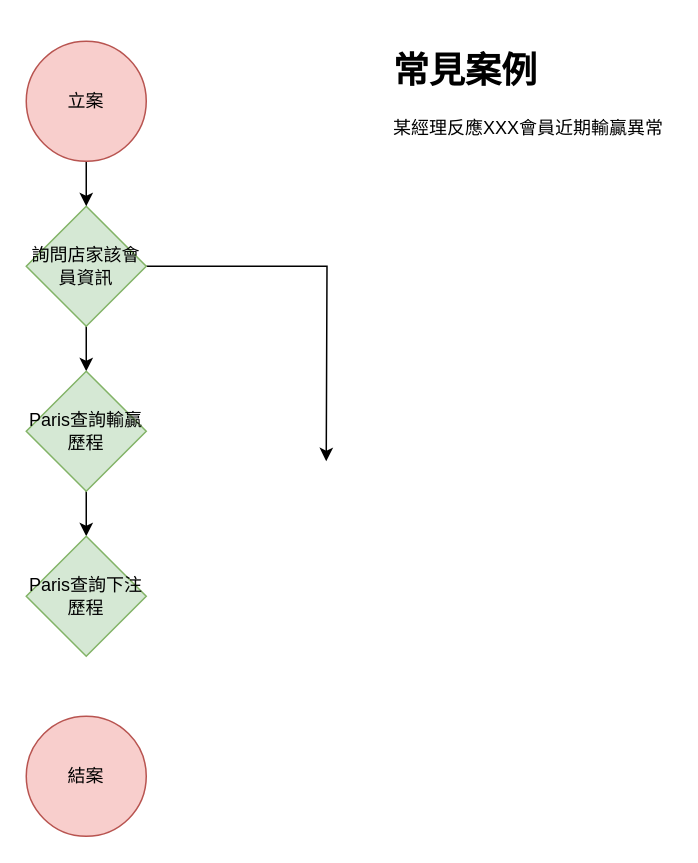
Before: CT Work Flow.drawio in pingle1202/GamaWorkFlow, a draw.io diagram. Source tidied: cells renumbered, new cells numbered last; positions are measured from the earlier drawing's top-left corner, leaving out a move shared by most shapes. Both pictures are drawn from the tidied source at 150%, with x=0, y=0 at pixel (26, 40).
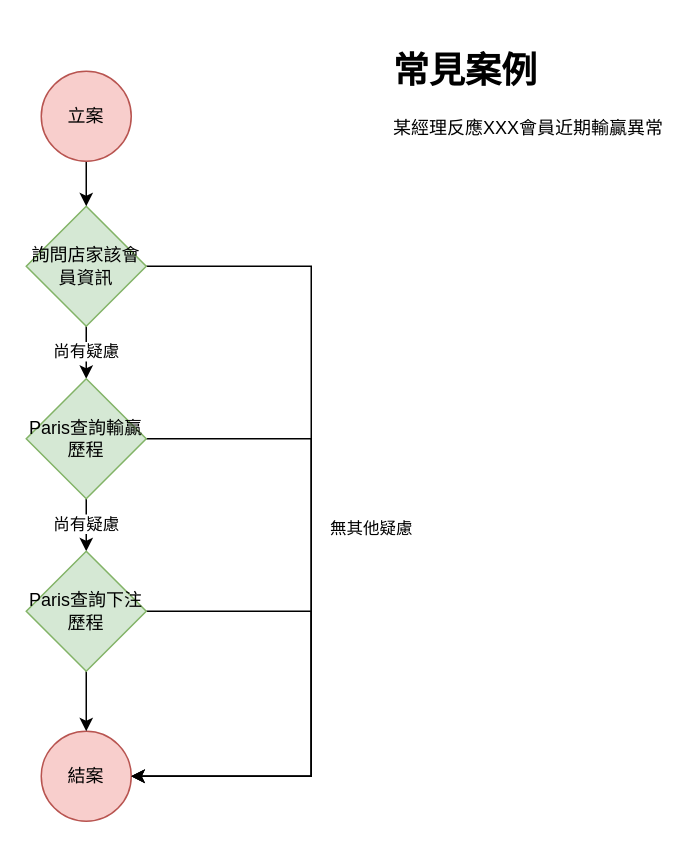
The same diagram, later.

Diff of the diagram source:
```diff
@@
 <mxGraphModel>
   <root>
     <mxCell id="0" />
     <mxCell id="1" parent="0" />
-    <mxCell id="2" style="edgeStyle=orthogonalEdgeStyle;rounded=0;jettySize=auto;html=1;" parent="1" edge="1" source="4">
-      <mxGeometry relative="1" as="geometry">
-        <mxPoint x="200" y="280" as="targetPoint" />
+    <mxCell id="2" value="無其他疑慮" style="edgeStyle=orthogonalEdgeStyle;rounded=0;jettySize=auto;html=1;entryX=1;entryY=0.5;entryDx=0;entryDy=0;" parent="1" edge="1" source="4" target="8">
+      <mxGeometry y="40" relative="1" as="geometry">
+        <Array as="points">
+          <mxPoint x="190" y="150" />
+          <mxPoint x="190" y="490" />
+        </Array>
       </mxGeometry>
     </mxCell>
-    <mxCell id="3" style="edgeStyle=orthogonalEdgeStyle;rounded=0;jettySize=auto;html=1;" parent="1" edge="1" source="4" target="10">
+    <mxCell id="3" value="尚有疑慮&lt;br&gt;" style="edgeStyle=orthogonalEdgeStyle;rounded=0;jettySize=auto;html=1;" parent="1" edge="1" source="4" target="10">
       <mxGeometry relative="1" as="geometry" />
     </mxCell>
     <mxCell id="4" value="詢問店家該會員資訊" style="rhombus;whiteSpace=wrap;html=1;fillColor=#d5e8d4;strokeColor=#82b366;" parent="1" vertex="1">
       <mxGeometry y="110" width="80" height="80" as="geometry" />
     </mxCell>
     <mxCell id="5" style="edgeStyle=orthogonalEdgeStyle;rounded=0;jettySize=auto;html=1;" parent="1" edge="1" source="6" target="4">
       <mxGeometry relative="1" as="geometry" />
     </mxCell>
     <mxCell id="6" value="立案" style="ellipse;whiteSpace=wrap;html=1;fillColor=#f8cecc;strokeColor=#b85450;" parent="1" vertex="1">
-      <mxGeometry width="80" height="80" as="geometry" />
+      <mxGeometry x="10" y="20" width="60" height="60" as="geometry" />
     </mxCell>
     <mxCell id="7" value="&lt;h1&gt;常見案例&lt;/h1&gt;&lt;p&gt;某經理反應XXX會員近期輸贏異常&lt;/p&gt;" style="text;html=1;strokeColor=none;fillColor=none;spacing=5;spacingTop=-20;whiteSpace=wrap;overflow=hidden;rounded=0;" parent="1" vertex="1">
       <mxGeometry x="240" width="190" height="120" as="geometry" />
     </mxCell>
     <mxCell id="8" value="結案" style="ellipse;whiteSpace=wrap;html=1;fillColor=#f8cecc;strokeColor=#b85450;" parent="1" vertex="1">
-      <mxGeometry y="450" width="80" height="80" as="geometry" />
+      <mxGeometry x="10" y="460" width="60" height="60" as="geometry" />
     </mxCell>
-    <mxCell id="9" style="edgeStyle=orthogonalEdgeStyle;rounded=0;jettySize=auto;html=1;" parent="1" edge="1" source="10" target="11">
+    <mxCell id="9" value="尚有疑慮" style="edgeStyle=orthogonalEdgeStyle;rounded=0;jettySize=auto;html=1;" parent="1" edge="1" source="10" target="11">
       <mxGeometry relative="1" as="geometry" />
     </mxCell>
+    <mxCell id="12" style="edgeStyle=orthogonalEdgeStyle;rounded=0;jettySize=auto;html=1;entryX=1;entryY=0.5;entryDx=0;entryDy=0;" parent="1" edge="1" source="10" target="8">
+      <mxGeometry relative="1" as="geometry">
+        <Array as="points">
+          <mxPoint x="190" y="265" />
+          <mxPoint x="190" y="490" />
+        </Array>
+      </mxGeometry>
+    </mxCell>
     <mxCell id="10" value="Paris查詢輸贏歷程" style="rhombus;whiteSpace=wrap;html=1;fillColor=#d5e8d4;strokeColor=#82b366;" parent="1" vertex="1">
-      <mxGeometry y="220" width="80" height="80" as="geometry" />
+      <mxGeometry y="225" width="80" height="80" as="geometry" />
     </mxCell>
+    <mxCell id="13" style="edgeStyle=orthogonalEdgeStyle;rounded=0;jettySize=auto;html=1;" parent="1" edge="1" source="11" target="8">
+      <mxGeometry relative="1" as="geometry" />
+    </mxCell>
+    <mxCell id="14" style="edgeStyle=orthogonalEdgeStyle;rounded=0;jettySize=auto;html=1;entryX=1;entryY=0.5;entryDx=0;entryDy=0;" parent="1" edge="1" source="11" target="8">
+      <mxGeometry relative="1" as="geometry">
+        <Array as="points">
+          <mxPoint x="190" y="380" />
+          <mxPoint x="190" y="490" />
+        </Array>
+      </mxGeometry>
+    </mxCell>
     <mxCell id="11" value="Paris查詢下注歷程" style="rhombus;whiteSpace=wrap;html=1;fillColor=#d5e8d4;strokeColor=#82b366;" parent="1" vertex="1">
-      <mxGeometry y="330" width="80" height="80" as="geometry" />
+      <mxGeometry y="340" width="80" height="80" as="geometry" />
     </mxCell>
   </root>
 </mxGraphModel>
```
